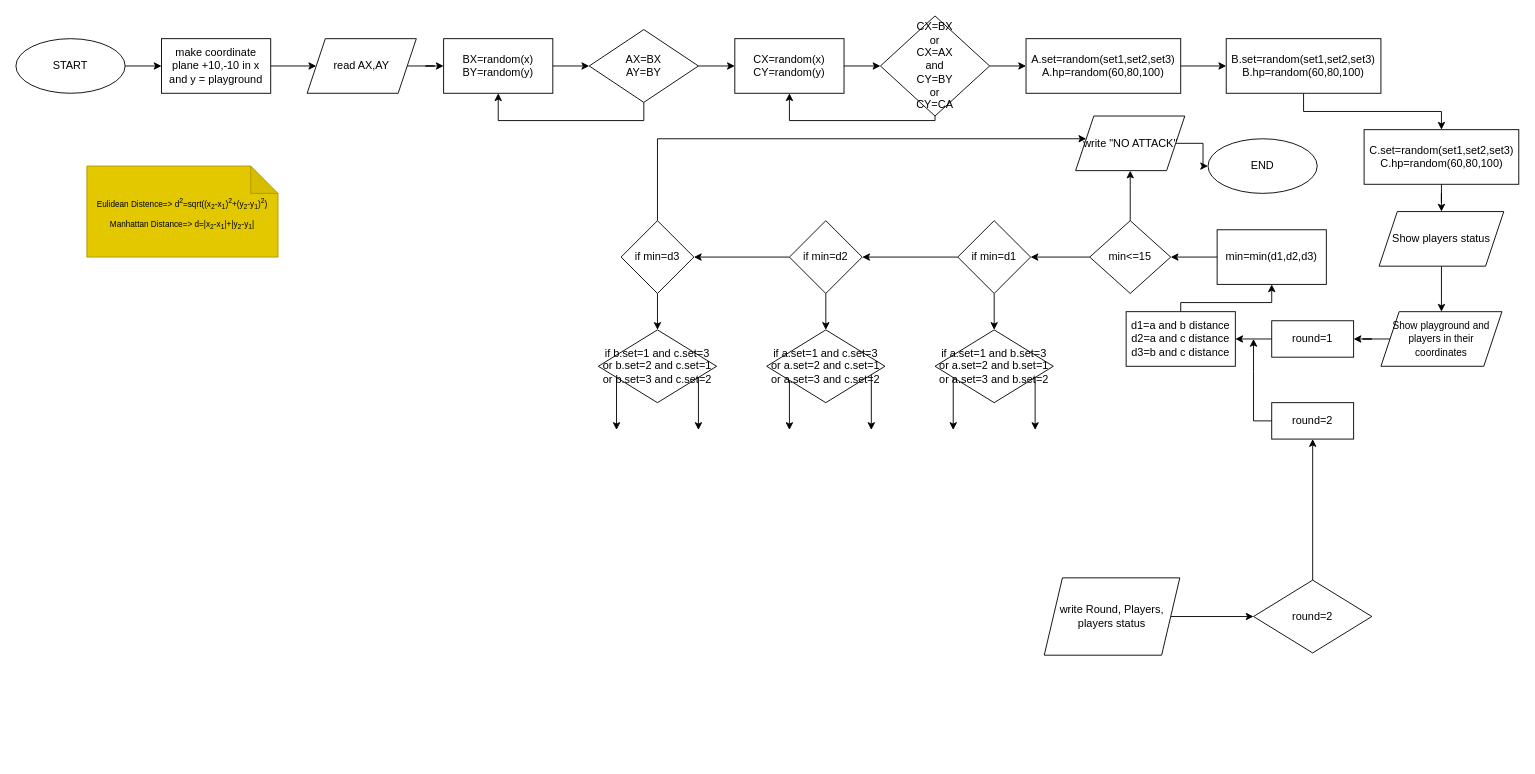
Earlier version of the draw.io diagram page "Su's Ideas" (2 of 2) of Project1.drawio (SudeKun/TRON). Source tidied: cells renumbered, new cells numbered last; positions are measured from the earlier drawing's top-left corner, leaving out a move shared by most shapes. Both pictures are drawn from the tidied source at 91%, with x=0, y=0 at pixel (15, 15).
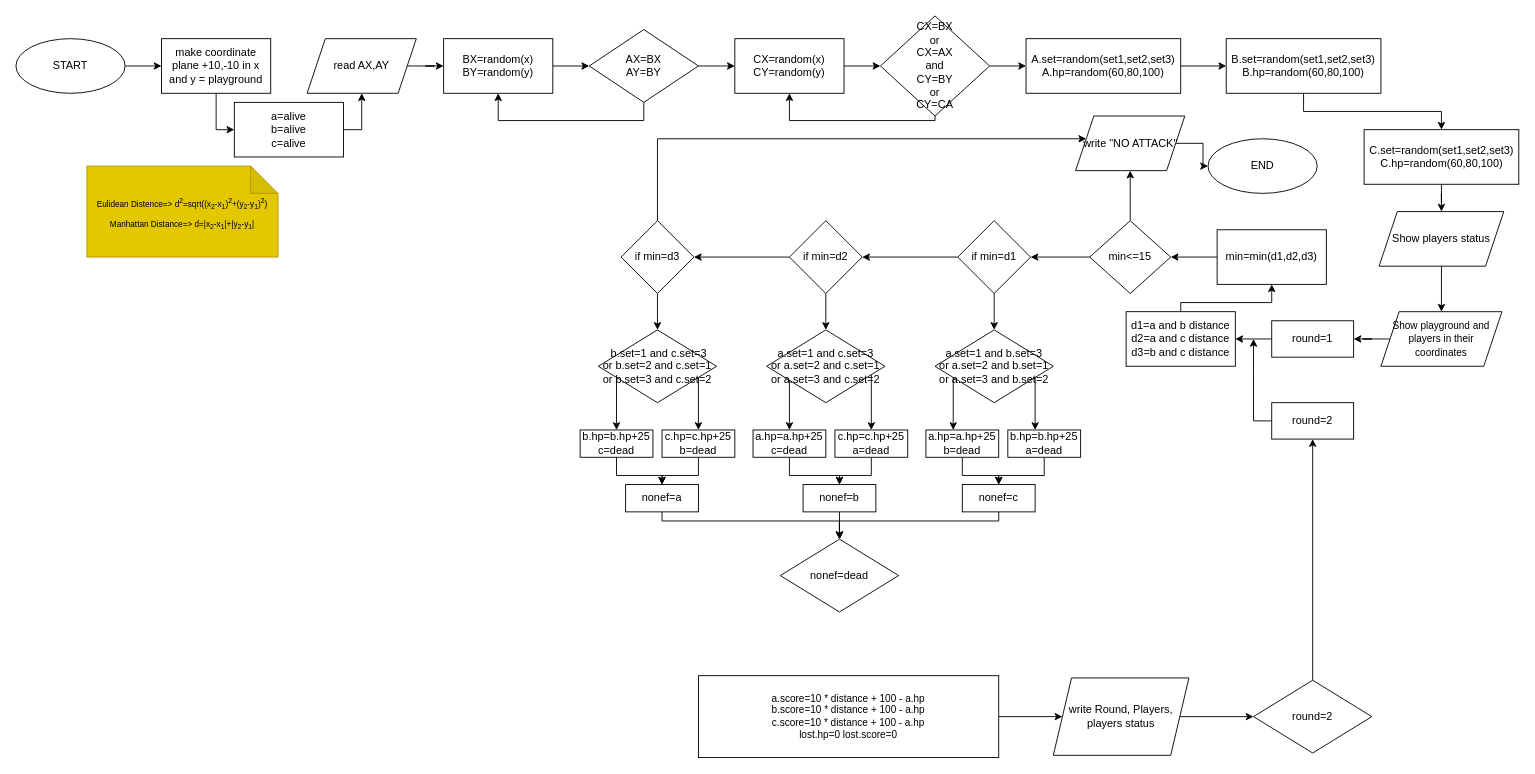
After the change.

The change refers to these unchanged cells:
```xml
<mxCell id="5" value="make coordinate plane +10,-10 in x and y = playground" style="rounded=0;whiteSpace=wrap;html=1;" parent="1" vertex="1">
  <mxGeometry x="160" y="25" width="120" height="60" as="geometry" />
</mxCell>
<mxCell id="7" value="read AX,AY" style="shape=parallelogram;perimeter=parallelogramPerimeter;whiteSpace=wrap;html=1;fixedSize=1;rounded=0;" parent="1" vertex="1">
  <mxGeometry x="320" y="25" width="120" height="60" as="geometry" />
</mxCell>
```

Change to the diagram source:
```diff
@@
-    <mxCell id="4" style="edgeStyle=orthogonalEdgeStyle;rounded=0;jettySize=auto;html=1;entryX=0;entryY=0.5;entryDx=0;entryDy=0;" parent="1" edge="1" source="5" target="7">
-      <mxGeometry relative="1" as="geometry" />
-    </mxCell>
+    <mxCell id="65" style="edgeStyle=orthogonalEdgeStyle;rounded=0;jettySize=auto;html=1;entryX=0;entryY=0.5;entryDx=0;entryDy=0;" parent="1" edge="1" source="5" target="88">
+      <mxGeometry relative="1" as="geometry" />
+    </mxCell>
@@
-    <mxCell id="44" value="if b.set=1 and c.set=3&lt;br&gt;or b.set=2 and c.set=1&lt;br&gt;or b.set=3 and c.set=2" style="rhombus;whiteSpace=wrap;html=1;" parent="1" vertex="1">
+    <mxCell id="44" value="&amp;nbsp;b.set=1 and c.set=3&lt;br&gt;or b.set=2 and c.set=1&lt;br&gt;or b.set=3 and c.set=2" style="rhombus;whiteSpace=wrap;html=1;" parent="1" vertex="1">
       <mxGeometry x="640" y="345" width="130" height="80" as="geometry" />
     </mxCell>
@@
-    <mxCell id="54" value="if a.set=1 and b.set=3&lt;br&gt;or a.set=2 and b.set=1&lt;br&gt;or a.set=3 and b.set=2" style="rhombus;whiteSpace=wrap;html=1;" parent="1" vertex="1">
+    <mxCell id="54" value="a.set=1 and b.set=3&lt;br&gt;or a.set=2 and b.set=1&lt;br&gt;or a.set=3 and b.set=2" style="rhombus;whiteSpace=wrap;html=1;" parent="1" vertex="1">
       <mxGeometry x="1010" y="345" width="130" height="80" as="geometry" />
     </mxCell>
@@
-    <mxCell id="57" value="if a.set=1 and c.set=3&lt;br&gt;or a.set=2 and c.set=1&lt;br&gt;or a.set=3 and c.set=2" style="rhombus;whiteSpace=wrap;html=1;" parent="1" vertex="1">
+    <mxCell id="57" value="a.set=1 and c.set=3&lt;br&gt;or a.set=2 and c.set=1&lt;br&gt;or a.set=3 and c.set=2" style="rhombus;whiteSpace=wrap;html=1;" parent="1" vertex="1">
       <mxGeometry x="825" y="345" width="130" height="80" as="geometry" />
     </mxCell>
@@
     <mxCell id="62" value="write Round, Players, players status" style="shape=parallelogram;perimeter=parallelogramPerimeter;whiteSpace=wrap;html=1;fixedSize=1;" parent="1" vertex="1">
-      <mxGeometry x="1130" y="617.5" width="149" height="85" as="geometry" />
+      <mxGeometry x="1140" y="727.5" width="149" height="85" as="geometry" />
     </mxCell>
@@
     <mxCell id="64" value="round=2" style="rhombus;whiteSpace=wrap;html=1;" parent="1" vertex="1">
-      <mxGeometry x="1360" y="620" width="130" height="80" as="geometry" />
+      <mxGeometry x="1360" y="730" width="130" height="80" as="geometry" />
     </mxCell>
+    <mxCell id="66" style="edgeStyle=orthogonalEdgeStyle;rounded=0;jettySize=auto;html=1;" parent="1" edge="1" source="67" target="85">
+      <mxGeometry relative="1" as="geometry" />
+    </mxCell>
+    <mxCell id="67" value="&lt;span style=&quot;font-size: 12px;&quot;&gt;b.hp=b.hp+25&lt;br&gt;c=dead&lt;br&gt;&lt;/span&gt;" style="rounded=0;whiteSpace=wrap;html=1;fontSize=11;" parent="1" vertex="1">
+      <mxGeometry x="620" y="455" width="80" height="30" as="geometry" />
+    </mxCell>
+    <mxCell id="68" style="edgeStyle=orthogonalEdgeStyle;rounded=0;jettySize=auto;html=1;entryX=0.5;entryY=0;entryDx=0;entryDy=0;" parent="1" edge="1" source="69" target="85">
+      <mxGeometry relative="1" as="geometry" />
+    </mxCell>
+    <mxCell id="69" value="&lt;span style=&quot;font-size: 12px;&quot;&gt;c.hp=c.hp+25&lt;/span&gt;&lt;br style=&quot;font-size: 12px;&quot;&gt;&lt;span style=&quot;font-size: 12px;&quot;&gt;b=dead&lt;/span&gt;&lt;span style=&quot;font-size: 12px;&quot;&gt;&lt;br&gt;&lt;/span&gt;" style="rounded=0;whiteSpace=wrap;html=1;fontSize=11;" parent="1" vertex="1">
+      <mxGeometry x="710" y="455" width="80" height="30" as="geometry" />
+    </mxCell>
+    <mxCell id="70" style="edgeStyle=orthogonalEdgeStyle;rounded=0;jettySize=auto;html=1;entryX=0.5;entryY=0;entryDx=0;entryDy=0;" parent="1" edge="1" source="71" target="81">
+      <mxGeometry relative="1" as="geometry" />
+    </mxCell>
+    <mxCell id="71" value="&lt;span style=&quot;font-size: 12px;&quot;&gt;a.hp=a.hp+25&lt;/span&gt;&lt;br style=&quot;font-size: 12px;&quot;&gt;&lt;span style=&quot;font-size: 12px;&quot;&gt;c=dead&lt;/span&gt;&lt;span style=&quot;font-size: 12px;&quot;&gt;&lt;br&gt;&lt;/span&gt;" style="rounded=0;whiteSpace=wrap;html=1;fontSize=11;" parent="1" vertex="1">
+      <mxGeometry x="810" y="455" width="80" height="30" as="geometry" />
+    </mxCell>
+    <mxCell id="72" style="edgeStyle=orthogonalEdgeStyle;rounded=0;jettySize=auto;html=1;entryX=0.5;entryY=0;entryDx=0;entryDy=0;" parent="1" edge="1" source="73" target="81">
+      <mxGeometry relative="1" as="geometry" />
+    </mxCell>
+    <mxCell id="73" value="&lt;span style=&quot;font-size: 12px;&quot;&gt;c.hp=c.hp+25&lt;/span&gt;&lt;br style=&quot;font-size: 12px;&quot;&gt;&lt;span style=&quot;font-size: 12px;&quot;&gt;a=dead&lt;/span&gt;&lt;span style=&quot;font-size: 12px;&quot;&gt;&lt;br&gt;&lt;/span&gt;" style="rounded=0;whiteSpace=wrap;html=1;fontSize=11;" parent="1" vertex="1">
+      <mxGeometry x="900" y="455" width="80" height="30" as="geometry" />
+    </mxCell>
+    <mxCell id="74" style="edgeStyle=orthogonalEdgeStyle;rounded=0;jettySize=auto;html=1;entryX=0.5;entryY=0;entryDx=0;entryDy=0;" parent="1" edge="1" source="75" target="83">
+      <mxGeometry relative="1" as="geometry" />
+    </mxCell>
+    <mxCell id="75" value="&lt;span style=&quot;font-size: 12px;&quot;&gt;b.hp=b.hp+25&lt;/span&gt;&lt;br style=&quot;font-size: 12px;&quot;&gt;&lt;span style=&quot;font-size: 12px;&quot;&gt;a=dead&lt;/span&gt;&lt;span style=&quot;font-size: 12px;&quot;&gt;&lt;br&gt;&lt;/span&gt;" style="rounded=0;whiteSpace=wrap;html=1;fontSize=11;" parent="1" vertex="1">
+      <mxGeometry x="1090" y="455" width="80" height="30" as="geometry" />
+    </mxCell>
+    <mxCell id="76" style="edgeStyle=orthogonalEdgeStyle;rounded=0;jettySize=auto;html=1;entryX=0.5;entryY=0;entryDx=0;entryDy=0;" parent="1" edge="1" source="77" target="83">
+      <mxGeometry relative="1" as="geometry" />
+    </mxCell>
+    <mxCell id="77" value="&lt;span style=&quot;font-size: 12px;&quot;&gt;a.hp=a.hp+25&lt;/span&gt;&lt;br style=&quot;font-size: 12px;&quot;&gt;&lt;span style=&quot;font-size: 12px;&quot;&gt;b=dead&lt;/span&gt;&lt;span style=&quot;font-size: 12px;&quot;&gt;&lt;br&gt;&lt;/span&gt;" style="rounded=0;whiteSpace=wrap;html=1;fontSize=11;" parent="1" vertex="1">
+      <mxGeometry x="1000" y="455" width="80" height="30" as="geometry" />
+    </mxCell>
+    <mxCell id="78" style="edgeStyle=orthogonalEdgeStyle;rounded=0;jettySize=auto;html=1;entryX=0;entryY=0.5;entryDx=0;entryDy=0;" parent="1" edge="1" source="79" target="62">
+      <mxGeometry relative="1" as="geometry" />
+    </mxCell>
+    <mxCell id="79" value="a.score=10 * distance + 100 - a.hp&lt;br&gt;b.score=10 * distance + 100 - a.hp&lt;br&gt;c.score=10 * distance + 100 - a.hp&lt;br&gt;lost.hp=0 lost.score=0" style="rounded=0;whiteSpace=wrap;html=1;fontSize=11;" parent="1" vertex="1">
+      <mxGeometry x="750" y="725" width="330" height="90" as="geometry" />
+    </mxCell>
+    <mxCell id="80" style="edgeStyle=orthogonalEdgeStyle;rounded=0;jettySize=auto;html=1;entryX=0.5;entryY=0;entryDx=0;entryDy=0;" parent="1" edge="1" source="81" target="86">
+      <mxGeometry relative="1" as="geometry" />
+    </mxCell>
+    <mxCell id="81" value="&lt;span style=&quot;font-size: 12px;&quot;&gt;nonef=b&lt;/span&gt;" style="rounded=0;whiteSpace=wrap;html=1;fontSize=11;" parent="1" vertex="1">
+      <mxGeometry x="865" y="515" width="80" height="30" as="geometry" />
+    </mxCell>
+    <mxCell id="82" style="edgeStyle=orthogonalEdgeStyle;rounded=0;jettySize=auto;html=1;entryX=0.5;entryY=0;entryDx=0;entryDy=0;" parent="1" edge="1" source="83" target="86">
+      <mxGeometry relative="1" as="geometry">
+        <Array as="points">
+          <mxPoint x="1080" y="555" />
+          <mxPoint x="905" y="555" />
+        </Array>
+      </mxGeometry>
+    </mxCell>
+    <mxCell id="83" value="&lt;span style=&quot;font-size: 12px;&quot;&gt;nonef=c&lt;/span&gt;" style="rounded=0;whiteSpace=wrap;html=1;fontSize=11;" parent="1" vertex="1">
+      <mxGeometry x="1040" y="515" width="80" height="30" as="geometry" />
+    </mxCell>
+    <mxCell id="84" style="edgeStyle=orthogonalEdgeStyle;rounded=0;jettySize=auto;html=1;entryX=0.5;entryY=0;entryDx=0;entryDy=0;" parent="1" edge="1" source="85" target="86">
+      <mxGeometry relative="1" as="geometry">
+        <Array as="points">
+          <mxPoint x="710" y="555" />
+          <mxPoint x="905" y="555" />
+        </Array>
+      </mxGeometry>
+    </mxCell>
+    <mxCell id="85" value="&lt;span style=&quot;font-size: 12px;&quot;&gt;nonef=a&lt;/span&gt;" style="rounded=0;whiteSpace=wrap;html=1;fontSize=11;" parent="1" vertex="1">
+      <mxGeometry x="670" y="515" width="80" height="30" as="geometry" />
+    </mxCell>
+    <mxCell id="86" value="nonef=dead" style="rhombus;whiteSpace=wrap;html=1;" parent="1" vertex="1">
+      <mxGeometry x="840" y="575" width="130" height="80" as="geometry" />
+    </mxCell>
+    <mxCell id="87" style="edgeStyle=orthogonalEdgeStyle;rounded=0;jettySize=auto;html=1;entryX=0.5;entryY=1;entryDx=0;entryDy=0;" parent="1" edge="1" source="88" target="7">
+      <mxGeometry relative="1" as="geometry">
+        <Array as="points">
+          <mxPoint x="380" y="125" />
+        </Array>
+      </mxGeometry>
+    </mxCell>
+    <mxCell id="88" value="a=alive&lt;br&gt;b=alive&lt;br&gt;c=alive" style="rounded=0;whiteSpace=wrap;html=1;" parent="1" vertex="1">
+      <mxGeometry x="240" y="95" width="120" height="60" as="geometry" />
+    </mxCell>
```
